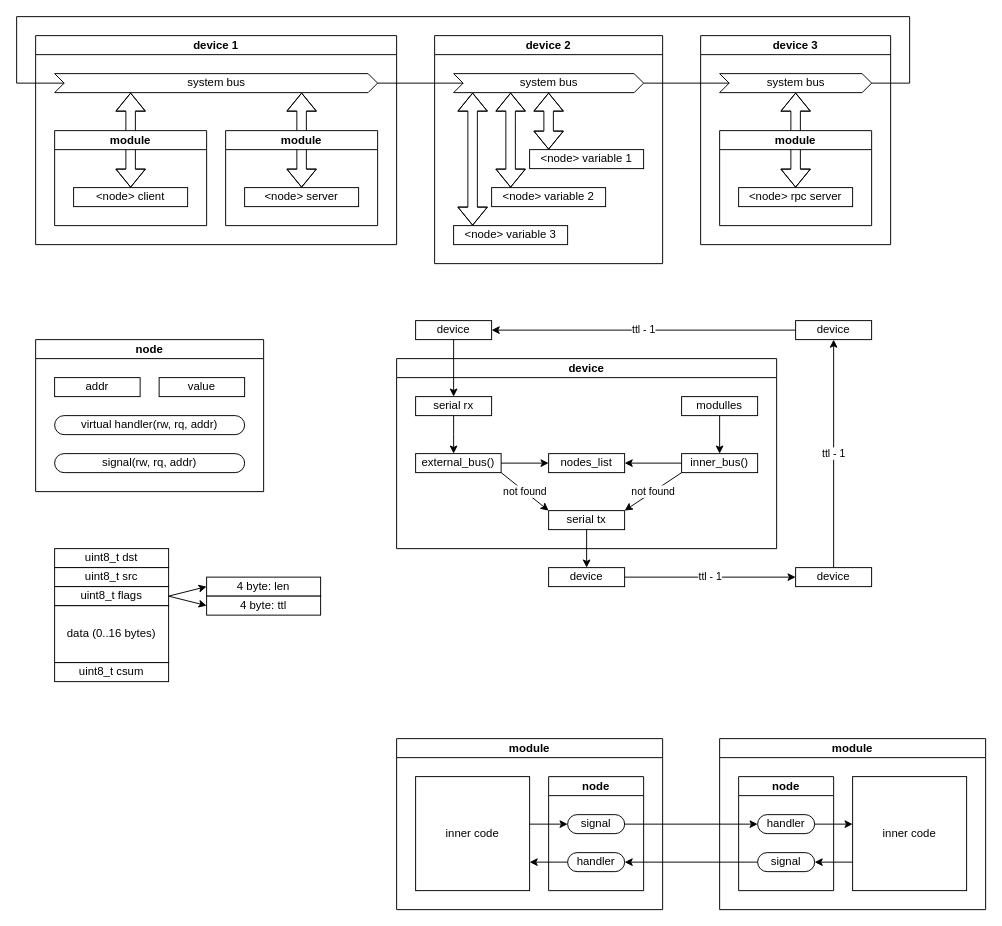
Above: page "system bus" (3 of 3) of docs/diagrams_src.drawio in korrmet/ytk (draw.io), before the change. Source tidied: cells renumbered, new cells numbered last; positions are measured from the earlier drawing's top-left corner, leaving out a move shared by most shapes. Both pictures are drawn from the tidied source at 95%, with x=0, y=0 at pixel (16, 16).
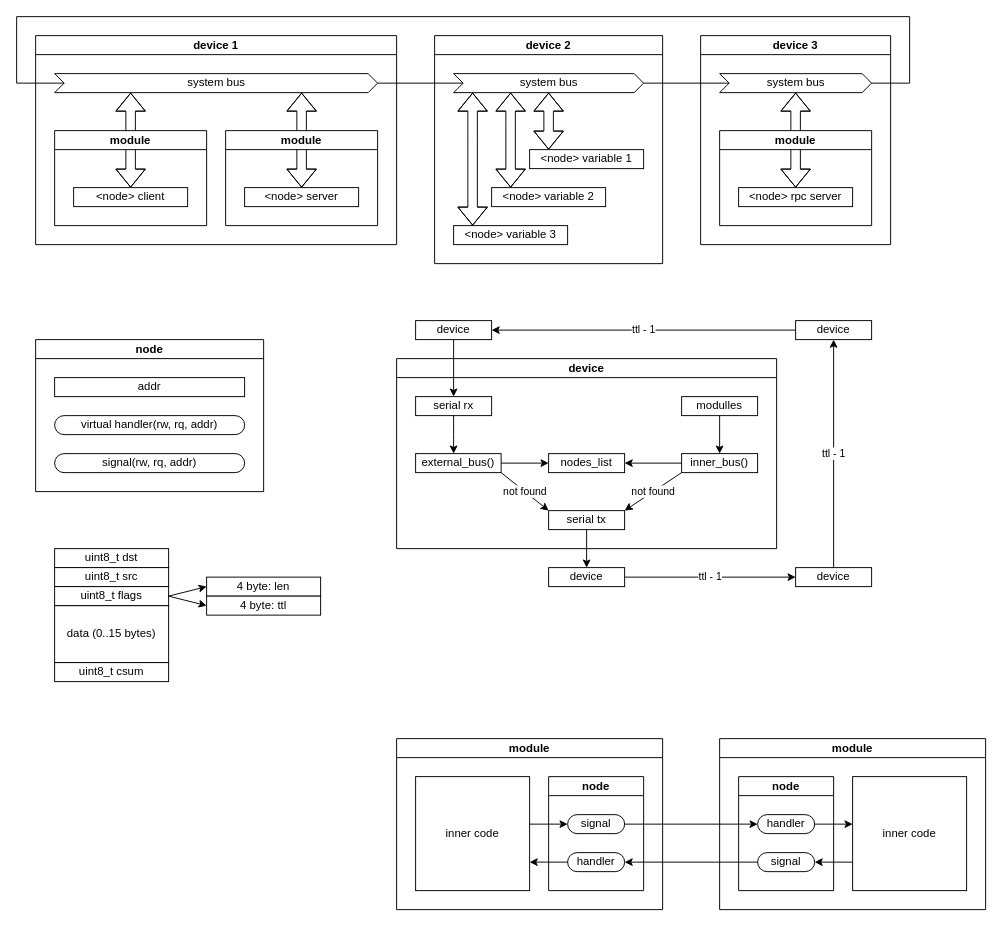
After the change.

Unchanged cells that the change refers to:
```xml
<mxCell id="18" value="node" style="swimlane;startSize=20;fontFamily=Iosevka;" parent="1" vertex="1">
  <mxGeometry x="20" y="340" width="240" height="160" as="geometry" />
</mxCell>
```

What changed in the source:
```diff
@@
-    <mxCell id="19" value="value" style="rounded=0;whiteSpace=wrap;html=1;fontFamily=Iosevka;" parent="18" vertex="1">
-      <mxGeometry x="130" y="40" width="90" height="20" as="geometry" />
-    </mxCell>
@@
     <mxCell id="21" value="addr" style="rounded=0;whiteSpace=wrap;html=1;fontFamily=Iosevka;" parent="18" vertex="1">
-      <mxGeometry x="20" y="40" width="90" height="20" as="geometry" />
+      <mxGeometry x="20" y="40" width="200" height="20" as="geometry" />
     </mxCell>
@@
-    <mxCell id="33" value="data (0..16 bytes)" style="rounded=0;whiteSpace=wrap;html=1;fontFamily=Iosevka;" parent="1" vertex="1">
+    <mxCell id="33" value="data (0..15 bytes)" style="rounded=0;whiteSpace=wrap;html=1;fontFamily=Iosevka;" parent="1" vertex="1">
       <mxGeometry x="40" y="620" width="120" height="60" as="geometry" />
     </mxCell>
```
